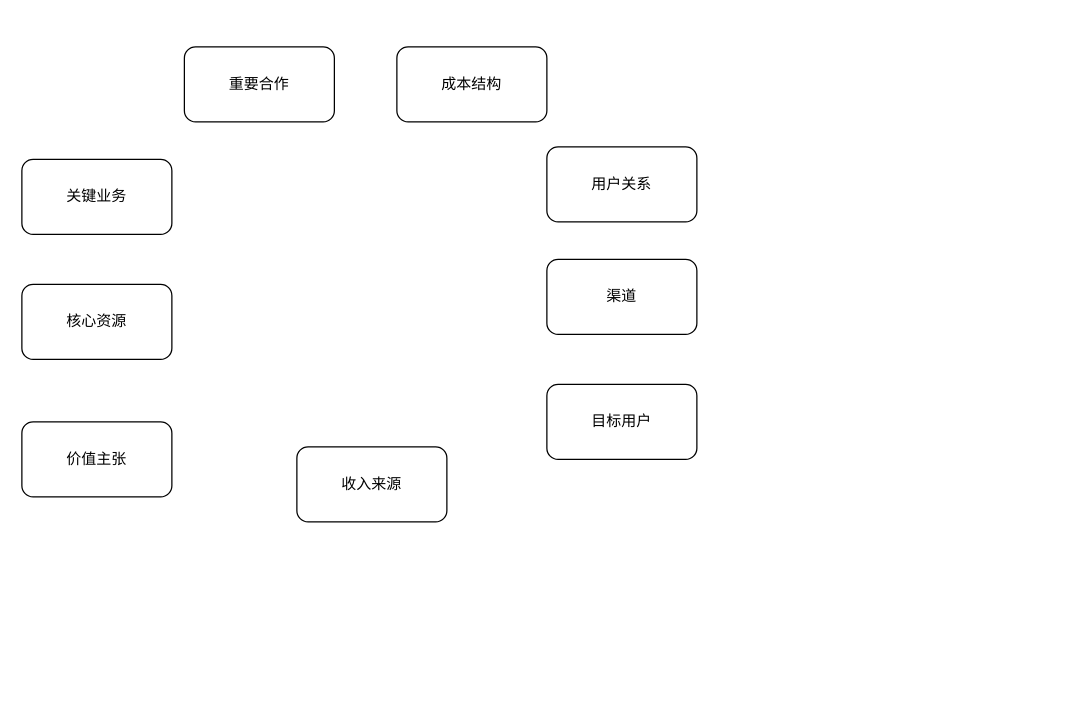
This is 小姐商业模型.drawio from MoNaiZi/draw.io, a draw.io file, before an edit. Source tidied: cells renumbered, new cells numbered last; positions are measured from the earlier drawing's top-left corner, leaving out a move shared by most shapes. Both pictures are drawn from the tidied source at 125%, with x=0, y=0 at pixel (21, 46).
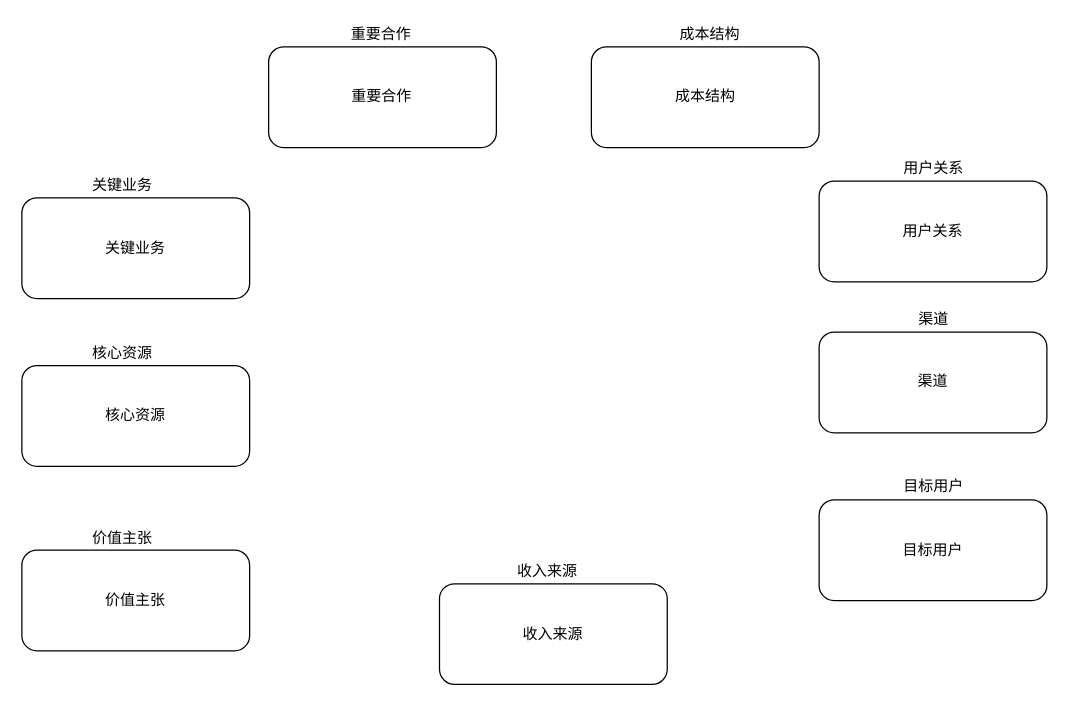
The same page after the edit.

Commit message (it also covers changes not shown here):
更新小姐商业模型.drawio

What changed in the source:
```diff
@@
+    <mxCell id="11" style="group;" parent="1" vertex="1">
+      <mxGeometry width="820" height="510" as="geometry" />
+    </mxCell>
-    <mxCell id="2" value="重要合作" style="rounded=1;whiteSpace=wrap;html=1;" parent="1" vertex="1">
-      <mxGeometry x="130" width="120" height="60" as="geometry" />
+    <mxCell id="2" value="重要合作" style="rounded=1;whiteSpace=wrap;html=1;" parent="11" vertex="1">
+      <mxGeometry x="197.4" width="182.2" height="80.5" as="geometry" />
     </mxCell>
-    <mxCell id="3" value="成本结构" style="rounded=1;whiteSpace=wrap;html=1;" parent="1" vertex="1">
-      <mxGeometry x="300" width="120" height="60" as="geometry" />
+    <mxCell id="3" value="成本结构" style="rounded=1;whiteSpace=wrap;html=1;" parent="11" vertex="1">
+      <mxGeometry x="455.6" width="182.2" height="80.5" as="geometry" />
     </mxCell>
-    <mxCell id="4" value="关键业务" style="rounded=1;whiteSpace=wrap;html=1;" parent="1" vertex="1">
-      <mxGeometry y="90" width="120" height="60" as="geometry" />
+    <mxCell id="4" value="关键业务" style="rounded=1;whiteSpace=wrap;html=1;" parent="11" vertex="1">
+      <mxGeometry y="120.8" width="182.2" height="80.5" as="geometry" />
     </mxCell>
-    <mxCell id="5" value="核心资源" style="rounded=1;whiteSpace=wrap;html=1;" parent="1" vertex="1">
-      <mxGeometry y="190" width="120" height="60" as="geometry" />
+    <mxCell id="5" value="核心资源" style="rounded=1;whiteSpace=wrap;html=1;" parent="11" vertex="1">
+      <mxGeometry y="255" width="182.2" height="80.5" as="geometry" />
     </mxCell>
-    <mxCell id="6" value="价值主张" style="rounded=1;whiteSpace=wrap;html=1;" parent="1" vertex="1">
-      <mxGeometry y="300" width="120" height="60" as="geometry" />
+    <mxCell id="6" value="价值主张" style="rounded=1;whiteSpace=wrap;html=1;" parent="11" vertex="1">
+      <mxGeometry y="402.6" width="182.2" height="80.5" as="geometry" />
     </mxCell>
-    <mxCell id="7" value="用户关系" style="rounded=1;whiteSpace=wrap;html=1;" parent="1" vertex="1">
-      <mxGeometry x="420" y="80" width="120" height="60" as="geometry" />
+    <mxCell id="7" value="用户关系" style="rounded=1;whiteSpace=wrap;html=1;" parent="11" vertex="1">
+      <mxGeometry x="637.8" y="107.4" width="182.2" height="80.5" as="geometry" />
     </mxCell>
-    <mxCell id="8" value="渠道" style="rounded=1;whiteSpace=wrap;html=1;" parent="1" vertex="1">
-      <mxGeometry x="420" y="170" width="120" height="60" as="geometry" />
+    <mxCell id="8" value="渠道" style="rounded=1;whiteSpace=wrap;html=1;" parent="11" vertex="1">
+      <mxGeometry x="637.8" y="228.2" width="182.2" height="80.5" as="geometry" />
     </mxCell>
-    <mxCell id="9" value="目标用户" style="rounded=1;whiteSpace=wrap;html=1;" parent="1" vertex="1">
-      <mxGeometry x="420" y="270" width="120" height="60" as="geometry" />
+    <mxCell id="9" value="目标用户" style="rounded=1;whiteSpace=wrap;html=1;" parent="11" vertex="1">
+      <mxGeometry x="637.8" y="362.4" width="182.2" height="80.5" as="geometry" />
     </mxCell>
-    <mxCell id="10" value="收入来源" style="rounded=1;whiteSpace=wrap;html=1;" parent="1" vertex="1">
-      <mxGeometry x="220" y="320" width="120" height="60" as="geometry" />
+    <mxCell id="10" value="收入来源" style="rounded=1;whiteSpace=wrap;html=1;" parent="11" vertex="1">
+      <mxGeometry x="334.1" y="429.5" width="182.2" height="80.5" as="geometry" />
     </mxCell>
+    <mxCell id="12" value="用户关系" style="text;html=1;align=center;verticalAlign=middle;" parent="11" vertex="1">
+      <mxGeometry x="698.9" y="87.4" width="60" height="20" as="geometry" />
+    </mxCell>
+    <mxCell id="13" value="渠道" style="text;html=1;align=center;verticalAlign=middle;" parent="11" vertex="1">
+      <mxGeometry x="708.9" y="208.2" width="40" height="20" as="geometry" />
+    </mxCell>
+    <mxCell id="14" value="目标用户" style="text;html=1;align=center;verticalAlign=middle;" parent="11" vertex="1">
+      <mxGeometry x="698.9" y="342.4" width="60" height="20" as="geometry" />
+    </mxCell>
+    <mxCell id="15" value="收入来源" style="text;html=1;align=center;verticalAlign=middle;" parent="11" vertex="1">
+      <mxGeometry x="390" y="409.5" width="60" height="20" as="geometry" />
+    </mxCell>
+    <mxCell id="16" value="价值主张" style="text;html=1;align=center;verticalAlign=middle;" parent="11" vertex="1">
+      <mxGeometry x="50" y="382.6" width="60" height="20" as="geometry" />
+    </mxCell>
+    <mxCell id="17" value="核心资源" style="text;html=1;align=center;verticalAlign=middle;" parent="11" vertex="1">
+      <mxGeometry x="50" y="235" width="60" height="20" as="geometry" />
+    </mxCell>
+    <mxCell id="18" value="关键业务" style="text;html=1;align=center;verticalAlign=middle;" parent="11" vertex="1">
+      <mxGeometry x="50" y="100.8" width="60" height="20" as="geometry" />
+    </mxCell>
+    <mxCell id="19" value="重要合作" style="text;html=1;align=center;verticalAlign=middle;" parent="1" vertex="1">
+      <mxGeometry x="257" y="-20" width="60" height="20" as="geometry" />
+    </mxCell>
+    <mxCell id="20" value="成本结构" style="text;html=1;align=center;verticalAlign=middle;" parent="1" vertex="1">
+      <mxGeometry x="520" y="-20" width="60" height="20" as="geometry" />
+    </mxCell>
```
